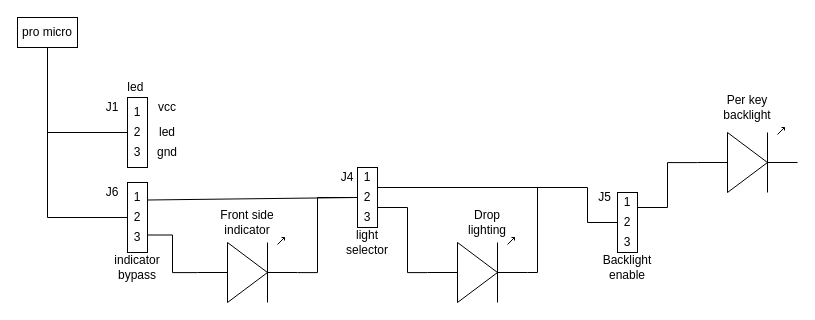
This is docs/images/build_guide_rgb/led-layout.drawio from josefadamcik/SofleKeyboard, a draw.io file, before an edit. Source tidied: cells renumbered, new cells numbered last; positions are measured from the earlier drawing's top-left corner, leaving out a move shared by most shapes. Both pictures are drawn from the tidied source at 100%, with x=0, y=0 at pixel (17, 17).
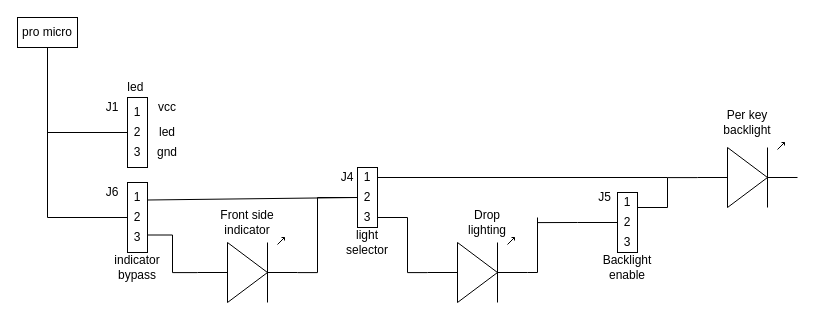
The same page after the edit.

The change refers to these unchanged cells:
```xml
<mxCell id="6" style="verticalLabelPosition=bottom;shadow=0;dashed=0;align=center;html=1;verticalAlign=top;shape=mxgraph.electrical.opto_electronics.led_1;" parent="1" vertex="1">
  <mxGeometry x="410" y="220" width="100" height="65" as="geometry" />
</mxCell>
<mxCell id="13" style="rounded=0;whiteSpace=wrap;html=1;" parent="1" vertex="1">
  <mxGeometry x="340" y="150" width="20" height="60" as="geometry" />
</mxCell>
<mxCell id="22" style="rounded=0;whiteSpace=wrap;html=1;" parent="1" vertex="1">
  <mxGeometry x="600" y="175" width="20" height="60" as="geometry" />
</mxCell>
```

Change to the diagram source:
```diff
@@
     <mxCell id="5" style="verticalLabelPosition=bottom;shadow=0;dashed=0;align=center;html=1;verticalAlign=top;shape=mxgraph.electrical.opto_electronics.led_1;" parent="1" vertex="1">
-      <mxGeometry x="680" y="110" width="100" height="65" as="geometry" />
+      <mxGeometry x="680" y="125" width="100" height="65" as="geometry" />
     </mxCell>
@@
     <mxCell id="11" style="edgeStyle=orthogonalEdgeStyle;rounded=0;jettySize=auto;html=1;exitX=1;exitY=0.25;exitDx=0;exitDy=0;endArrow=none;endFill=0;entryX=0;entryY=0.54;entryDx=0;entryDy=0;entryPerimeter=0;" parent="1" edge="1" source="13" target="6">
       <mxGeometry relative="1" as="geometry">
         <Array as="points">
-          <mxPoint x="360" y="190" />
-          <mxPoint x="390" y="190" />
+          <mxPoint x="360" y="200" />
+          <mxPoint x="390" y="200" />
           <mxPoint x="390" y="255" />
         </Array>
       </mxGeometry>
     </mxCell>
-    <mxCell id="12" style="edgeStyle=orthogonalEdgeStyle;rounded=0;jettySize=auto;html=1;exitX=1;exitY=0.75;exitDx=0;exitDy=0;entryX=0;entryY=0.5;entryDx=0;entryDy=0;endArrow=none;endFill=0;" parent="1" edge="1" source="13" target="22">
+    <mxCell id="12" style="edgeStyle=orthogonalEdgeStyle;rounded=0;jettySize=auto;html=1;exitX=1;exitY=0.75;exitDx=0;exitDy=0;endArrow=none;endFill=0;" parent="1" edge="1" source="13">
       <mxGeometry relative="1" as="geometry">
+        <mxPoint x="650" y="160" as="targetPoint" />
         <Array as="points">
-          <mxPoint x="360" y="170" />
-          <mxPoint x="570" y="170" />
-          <mxPoint x="570" y="205" />
+          <mxPoint x="360" y="160" />
         </Array>
       </mxGeometry>
     </mxCell>
@@
     <mxCell id="21" style="edgeStyle=orthogonalEdgeStyle;rounded=0;jettySize=auto;html=1;exitX=1;exitY=0.25;exitDx=0;exitDy=0;entryX=0;entryY=0.54;entryDx=0;entryDy=0;entryPerimeter=0;endArrow=none;endFill=0;" parent="1" edge="1" source="22" target="5">
       <mxGeometry relative="1" as="geometry">
         <Array as="points">
           <mxPoint x="650" y="190" />
-          <mxPoint x="650" y="145" />
+          <mxPoint x="650" y="160" />
         </Array>
       </mxGeometry>
     </mxCell>
+    <mxCell id="46" style="edgeStyle=orthogonalEdgeStyle;rounded=0;jettySize=auto;html=1;exitX=0;exitY=0.5;exitDx=0;exitDy=0;endArrow=none;endFill=0;" parent="1" edge="1" source="22">
+      <mxGeometry relative="1" as="geometry">
+        <mxPoint x="520" y="205.1" as="targetPoint" />
+        <Array as="points">
+          <mxPoint x="560" y="205" />
+          <mxPoint x="560" y="205" />
+        </Array>
+      </mxGeometry>
+    </mxCell>
@@
     <mxCell id="43" value="Per key backlight" style="text;html=1;strokeColor=none;fillColor=none;align=center;verticalAlign=middle;whiteSpace=wrap;rounded=0;" parent="1" vertex="1">
-      <mxGeometry x="685" y="80" width="90" height="20" as="geometry" />
+      <mxGeometry x="685" y="95" width="90" height="20" as="geometry" />
     </mxCell>
-    <mxCell id="44" style="endArrow=none;html=1;" parent="1" edge="1">
+    <mxCell id="44" style="endArrow=none;html=1;targetPerimeterSpacing=-15;" parent="1" edge="1">
       <mxGeometry relative="1" as="geometry">
         <mxPoint x="520" y="255" as="sourcePoint" />
-        <mxPoint x="520" y="170" as="targetPoint" />
+        <mxPoint x="520" y="200" as="targetPoint" />
       </mxGeometry>
     </mxCell>
```
